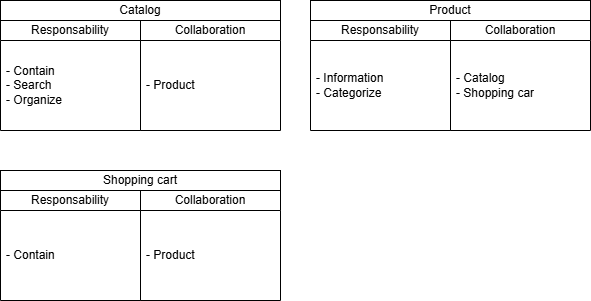
Above: UML/crc.png in Matez204/Workshop1 (draw.io), before the change. Source tidied: cells renumbered, new cells last; positions are measured from the earlier drawing's top-left corner, leaving out a move shared by most shapes.
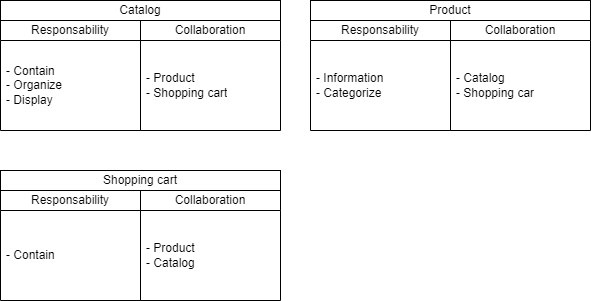
Above is the later version.

Change to the diagram source:
```diff
@@ -32,7 +32,7 @@
     <mxCell id="11" value="Collaboration" style="swimlane;fontStyle=0;horizontal=1;startSize=20;whiteSpace=wrap;html=1;" parent="8" vertex="1">
       <mxGeometry x="140" y="20" width="140" height="110" as="geometry" />
     </mxCell>
-    <mxCell id="12" value="- Product" style="text;strokeColor=none;fillColor=none;align=left;verticalAlign=middle;spacingLeft=4;spacingRight=4;overflow=hidden;whiteSpace=wrap;html=1;" parent="11" vertex="1">
+    <mxCell id="12" value="- Product&lt;div&gt;- Catalog&lt;/div&gt;" style="text;strokeColor=none;fillColor=none;align=left;verticalAlign=middle;spacingLeft=4;spacingRight=4;overflow=hidden;whiteSpace=wrap;html=1;" parent="11" vertex="1">
       <mxGeometry y="20" width="140" height="90" as="geometry" />
     </mxCell>
     <mxCell id="13" value="Shopping cart" style="whiteSpace=wrap;html=1;" parent="8" vertex="1">
@@ -44,13 +44,13 @@
     <mxCell id="15" value="Responsability" style="swimlane;fontStyle=0;horizontal=1;startSize=20;whiteSpace=wrap;html=1;" parent="14" vertex="1">
       <mxGeometry y="20" width="140" height="110" as="geometry" />
     </mxCell>
-    <mxCell id="16" value="- Contain&lt;div&gt;- Search&lt;/div&gt;&lt;div&gt;- Organize&lt;/div&gt;" style="text;strokeColor=none;fillColor=none;align=left;verticalAlign=middle;spacingLeft=4;spacingRight=4;overflow=hidden;whiteSpace=wrap;html=1;" parent="15" vertex="1">
+    <mxCell id="16" value="- Contain&lt;div&gt;- Organize&lt;/div&gt;&lt;div&gt;- Display&lt;/div&gt;" style="text;strokeColor=none;fillColor=none;align=left;verticalAlign=middle;spacingLeft=4;spacingRight=4;overflow=hidden;whiteSpace=wrap;html=1;" parent="15" vertex="1">
       <mxGeometry y="20" width="140" height="90" as="geometry" />
     </mxCell>
     <mxCell id="17" value="Collaboration" style="swimlane;fontStyle=0;horizontal=1;startSize=20;whiteSpace=wrap;html=1;" parent="14" vertex="1">
       <mxGeometry x="140" y="20" width="140" height="110" as="geometry" />
     </mxCell>
-    <mxCell id="18" value="- Product" style="text;strokeColor=none;fillColor=none;align=left;verticalAlign=middle;spacingLeft=4;spacingRight=4;overflow=hidden;whiteSpace=wrap;html=1;" parent="17" vertex="1">
+    <mxCell id="18" value="- Product&lt;div&gt;- Shopping cart&lt;/div&gt;" style="text;strokeColor=none;fillColor=none;align=left;verticalAlign=middle;spacingLeft=4;spacingRight=4;overflow=hidden;whiteSpace=wrap;html=1;" parent="17" vertex="1">
       <mxGeometry y="20" width="140" height="90" as="geometry" />
     </mxCell>
     <mxCell id="19" value="Catalog" style="whiteSpace=wrap;html=1;" parent="14" vertex="1">
```
